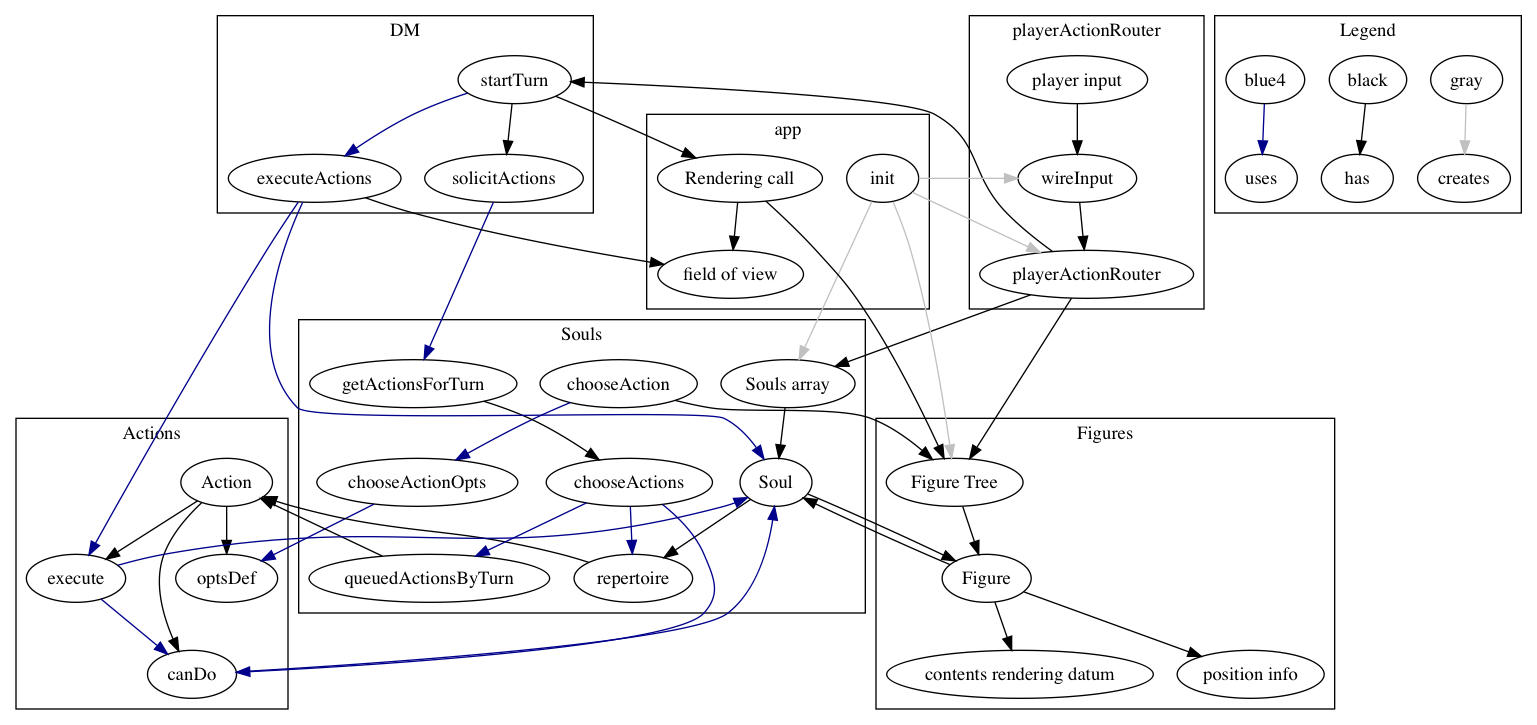
Above: docs/soul-figure-relationship.png in jimkang/exogenite (Graphviz), before the change. Its source is kept beside it as docs/soul-figure-relationship.dot.
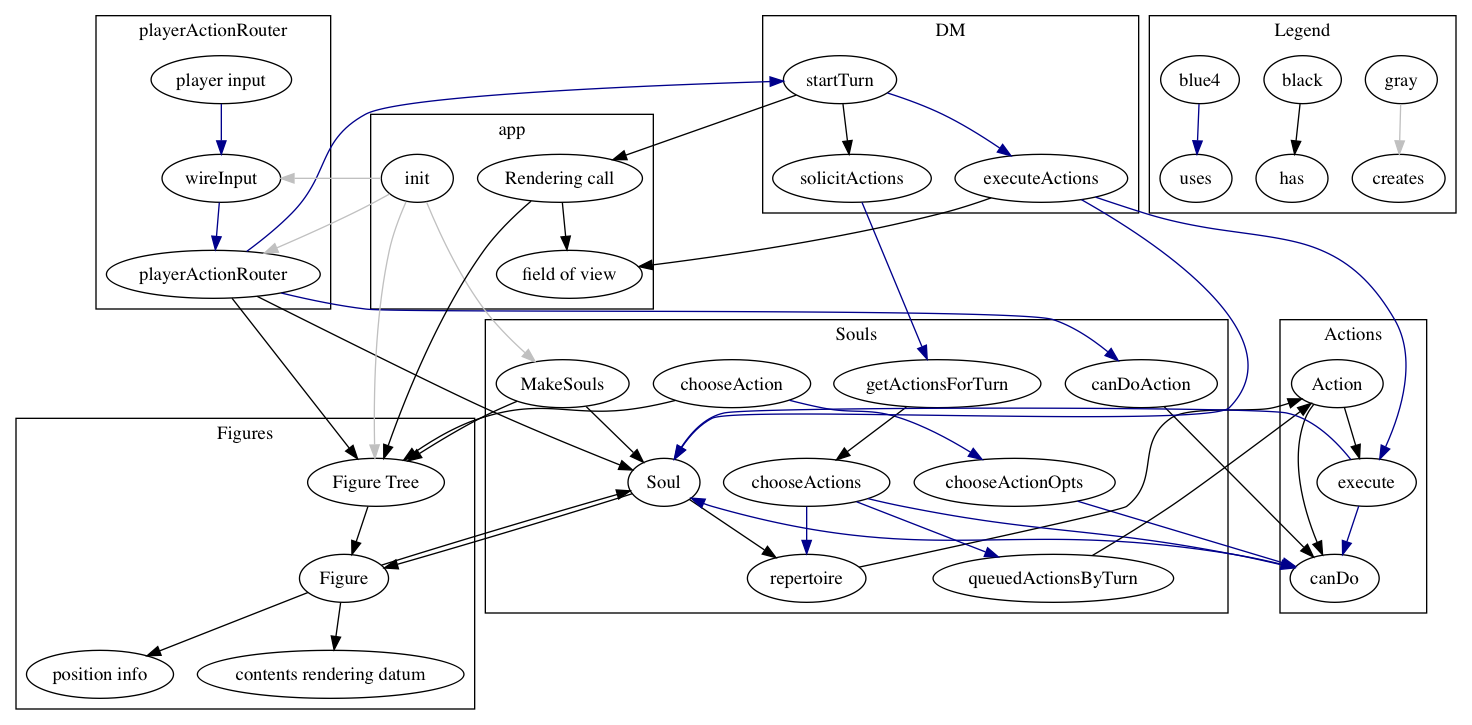
The same diagram one commit later.

Commit message:
Load soul defs from YAML; get soul to use action's canDo to decide if it can do a move.

Diff of the diagram source:
```diff
@@ -2,11 +2,12 @@
   subgraph cluster_souls {
     label="Souls";
     chooseAction -> chooseActionOpts [color=blue4];
-    "Souls array" -> Soul;
+    "MakeSouls" -> Soul;
     Soul -> repertoire;
     chooseActions -> repertoire [color=blue4];
     getActionsForTurn -> chooseActions;
     chooseActions -> queuedActionsByTurn [color=blue4];
+    canDoAction;
   };
 
   subgraph cluster_actions {
@@ -19,13 +20,14 @@
     execute -> canDo [color=blue4];
     Action -> canDo;
     canDo -> Soul [color=blue4];
-    Action -> optsDef;
-    chooseActionOpts -> optsDef [color=blue4];
+    chooseActionOpts -> canDo [color=blue4];
+    canDoAction -> canDo;
   }
 
   subgraph cluster_figures {
     label="Figures";
     "Figure Tree" -> Figure;
+    "MakeSouls" -> "Figure Tree";
     Figure -> "position info"
     Figure -> "contents rendering datum";
     Figure -> Soul;
@@ -44,16 +46,17 @@
 
   subgraph cluster_playerActionRouter {
     label="playerActionRouter";
-    "player input" -> wireInput;
-    wireInput -> playerActionRouter;
-    playerActionRouter -> "Souls array";
+    "player input" -> wireInput [color=blue4];
+    wireInput -> playerActionRouter [color=blue4];
+    playerActionRouter -> canDoAction [color=blue4];
+    playerActionRouter -> Soul;
     playerActionRouter -> "Figure Tree";
-    playerActionRouter -> startTurn;
+    playerActionRouter -> startTurn [color=blue4];
   }
 
   subgraph cluster_app {
     label="app";
-    init -> "Souls array" [color=gray];
+    init -> "MakeSouls" [color=gray];
     init -> "Figure Tree" [color=gray];
     init -> wireInput [color=gray];
     init -> playerActionRouter [color=gray];
```
